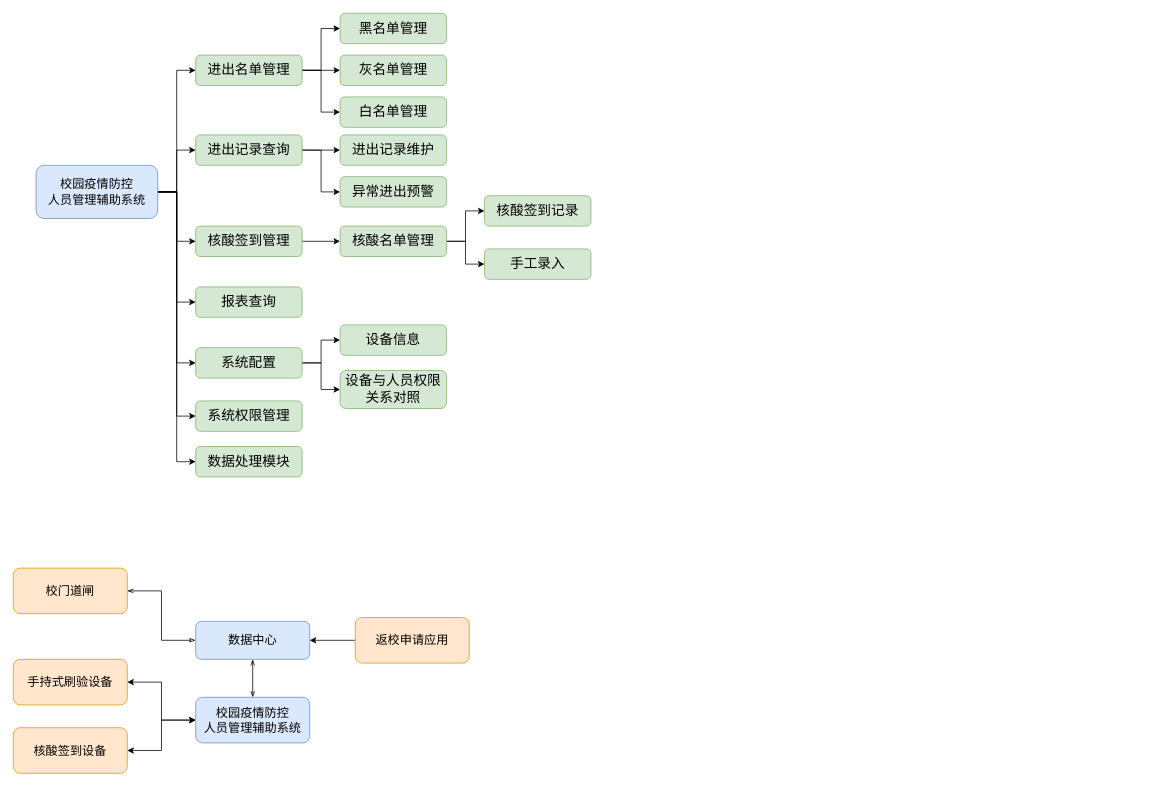
redcomet88/DRAW keeps this draw.io diagram as 校园人员进出管理系统.drawio. Above is the earlier version. Source tidied: cells renumbered, new cells numbered last; positions are measured from the earlier drawing's top-left corner, leaving out a move shared by most shapes. Both pictures are drawn from the tidied source at 76%, with x=0, y=0 at pixel (13, 13).
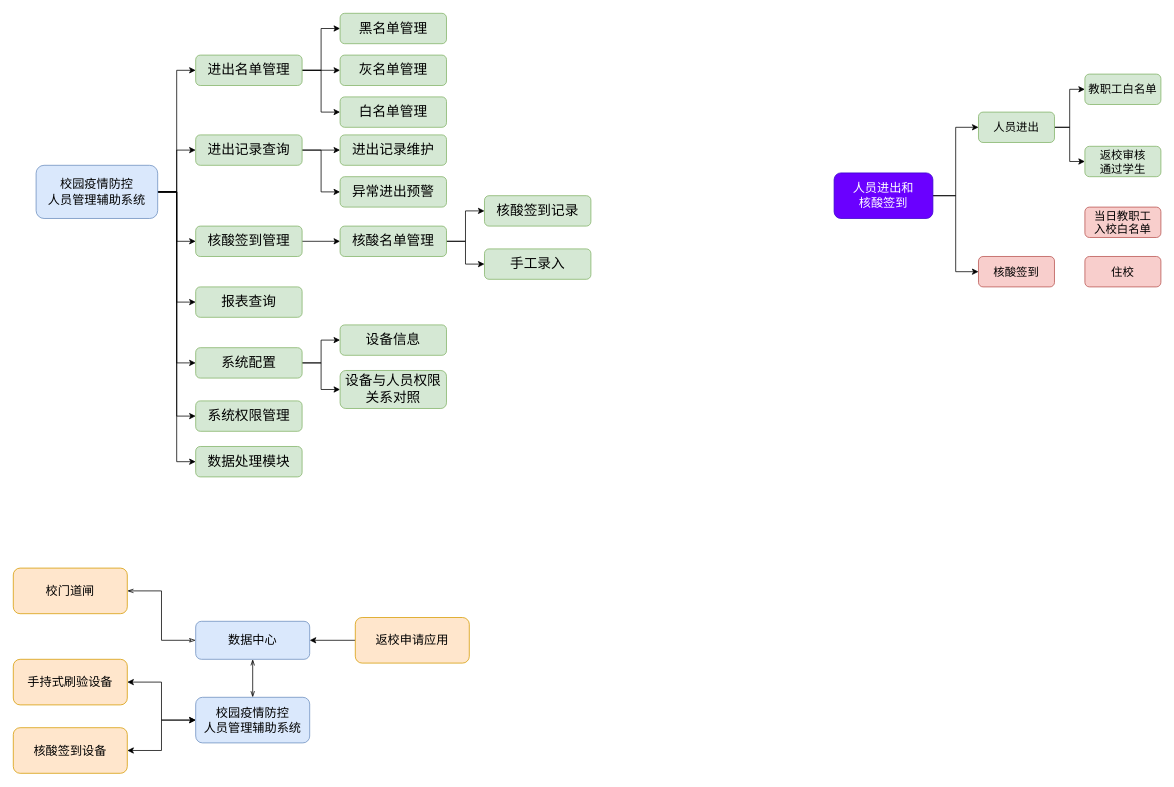
Above is the later version.

Commit message:
Update 校园人员进出管理系统.drawio

The edit, as a diff of the source:
```diff
@@
+    <mxCell id="48" style="edgeStyle=orthogonalEdgeStyle;rounded=0;jettySize=auto;html=1;exitX=1;exitY=0.5;exitDx=0;exitDy=0;entryX=0;entryY=0.5;entryDx=0;entryDy=0;fontSize=15;" parent="1" edge="1" source="50" target="53">
+      <mxGeometry relative="1" as="geometry" />
+    </mxCell>
+    <mxCell id="49" style="edgeStyle=orthogonalEdgeStyle;rounded=0;jettySize=auto;html=1;exitX=1;exitY=0.5;exitDx=0;exitDy=0;entryX=0;entryY=0.5;entryDx=0;entryDy=0;fontSize=15;" parent="1" edge="1" source="50" target="54">
+      <mxGeometry relative="1" as="geometry" />
+    </mxCell>
+    <mxCell id="50" value="人员进出和&lt;br&gt;核酸签到" style="rounded=1;whiteSpace=wrap;html=1;fontSize=16;fillColor=#6a00ff;strokeColor=#3700CC;fontColor=#ffffff;" parent="1" vertex="1">
+      <mxGeometry x="1080" y="210" width="130" height="60" as="geometry" />
+    </mxCell>
+    <mxCell id="51" style="edgeStyle=orthogonalEdgeStyle;rounded=0;jettySize=auto;html=1;exitX=1;exitY=0.5;exitDx=0;exitDy=0;entryX=0;entryY=0.5;entryDx=0;entryDy=0;fontSize=15;" parent="1" edge="1" source="53" target="55">
+      <mxGeometry relative="1" as="geometry" />
+    </mxCell>
+    <mxCell id="52" style="edgeStyle=orthogonalEdgeStyle;rounded=0;jettySize=auto;html=1;exitX=1;exitY=0.5;exitDx=0;exitDy=0;entryX=0;entryY=0.5;entryDx=0;entryDy=0;fontSize=15;" parent="1" edge="1" source="53" target="56">
+      <mxGeometry relative="1" as="geometry" />
+    </mxCell>
+    <mxCell id="53" value="人员进出" style="rounded=1;whiteSpace=wrap;html=1;fillColor=#d5e8d4;strokeColor=#82b366;fontSize=15;" parent="1" vertex="1">
+      <mxGeometry x="1270" y="130" width="100" height="40" as="geometry" />
+    </mxCell>
+    <mxCell id="54" value="核酸签到" style="rounded=1;whiteSpace=wrap;html=1;fillColor=#f8cecc;strokeColor=#b85450;fontSize=15;" parent="1" vertex="1">
+      <mxGeometry x="1270" y="320" width="100" height="40" as="geometry" />
+    </mxCell>
+    <mxCell id="55" value="教职工白名单" style="rounded=1;whiteSpace=wrap;html=1;fillColor=#d5e8d4;strokeColor=#82b366;fontSize=15;" parent="1" vertex="1">
+      <mxGeometry x="1410" y="80" width="100" height="40" as="geometry" />
+    </mxCell>
+    <mxCell id="56" value="返校审核&lt;br&gt;通过学生" style="rounded=1;whiteSpace=wrap;html=1;fillColor=#d5e8d4;strokeColor=#82b366;fontSize=15;" parent="1" vertex="1">
+      <mxGeometry x="1410" y="175" width="100" height="40" as="geometry" />
+    </mxCell>
+    <mxCell id="57" value="当日教职工&lt;br&gt;入校白名单" style="rounded=1;whiteSpace=wrap;html=1;fillColor=#f8cecc;strokeColor=#b85450;fontSize=15;" parent="1" vertex="1">
+      <mxGeometry x="1410" y="255" width="100" height="40" as="geometry" />
+    </mxCell>
+    <mxCell id="58" value="住校" style="rounded=1;whiteSpace=wrap;html=1;fillColor=#f8cecc;strokeColor=#b85450;fontSize=15;" parent="1" vertex="1">
+      <mxGeometry x="1410" y="320" width="100" height="40" as="geometry" />
+    </mxCell>
```
